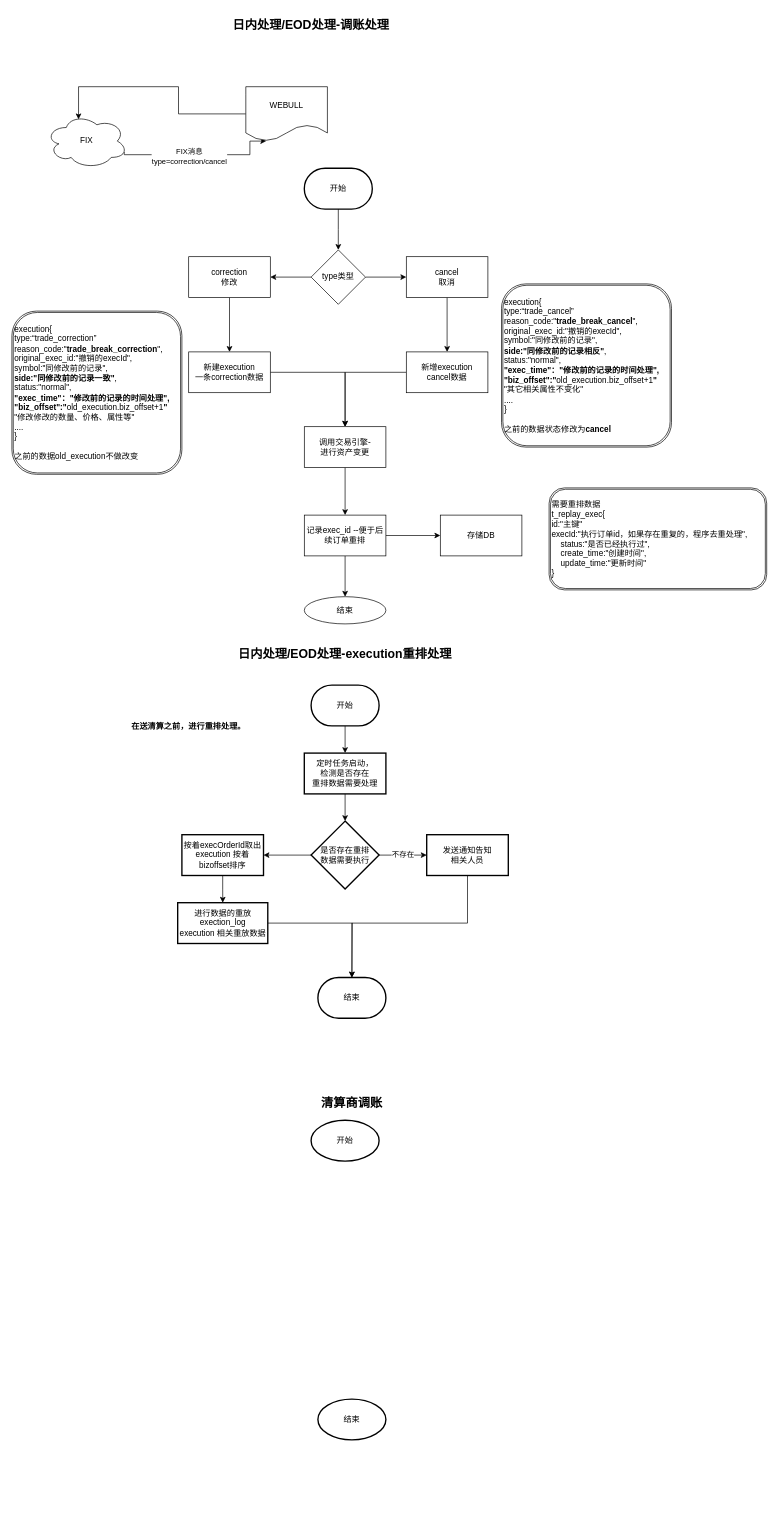
xinyanggit/draw_io keeps this draw.io diagram as 未命名绘图.drawio. Above is the earlier version. Source tidied: cells renumbered, new cells numbered last; positions are measured from the earlier drawing's top-left corner, leaving out a move shared by most shapes. Both pictures are drawn from the tidied source at 68%, with x=0, y=0 at pixel (12, 12).
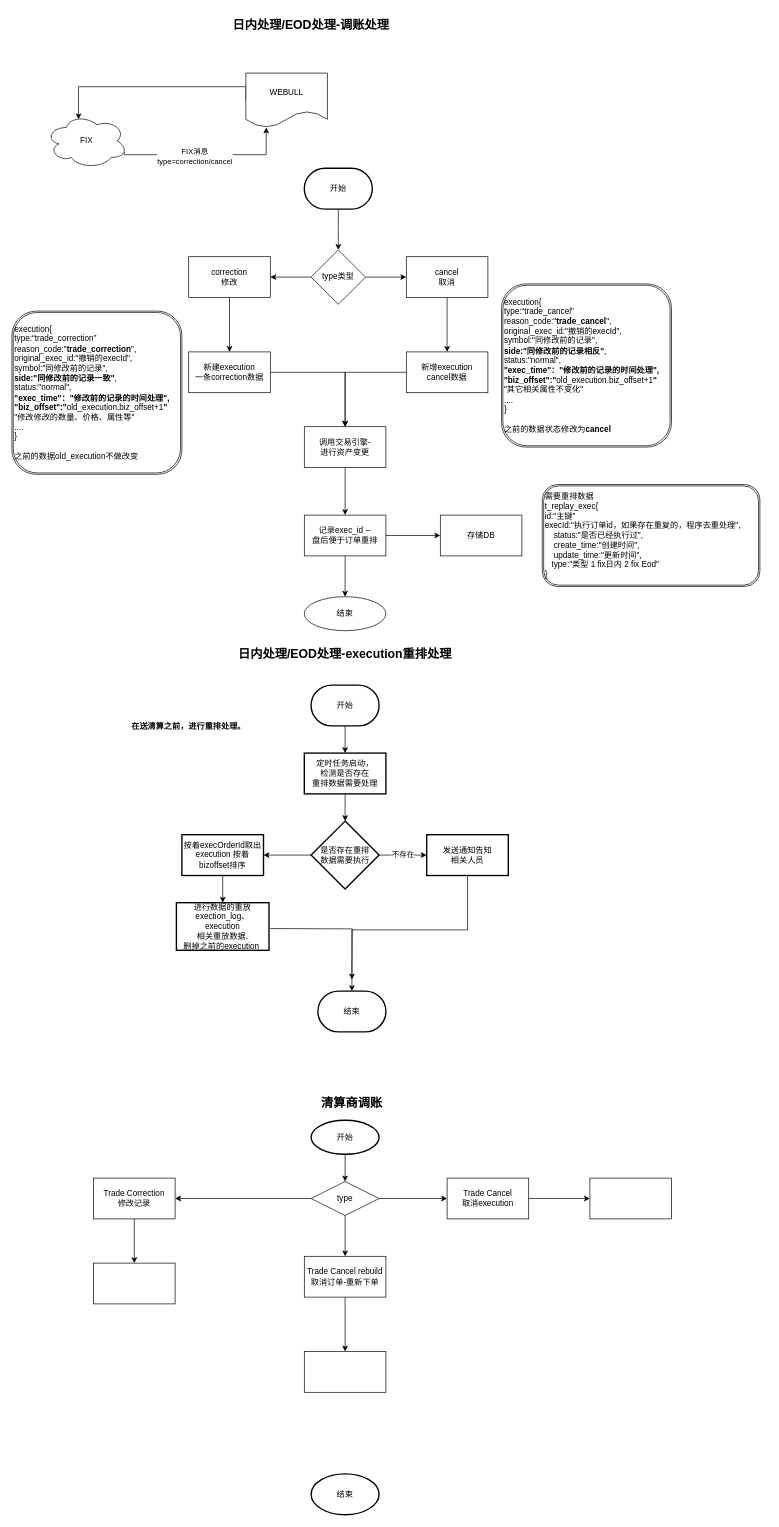
The same page after the edit.

Unchanged cells that the change refers to:
```xml
<mxCell id="5" value="FIX" style="ellipse;shape=cloud;whiteSpace=wrap;html=1;" parent="1" vertex="1">
  <mxGeometry x="50" y="150" width="120" height="80" as="geometry" />
</mxCell>
<mxCell id="42" value="发送通知告知&lt;br&gt;相关人员" style="whiteSpace=wrap;html=1;strokeWidth=2;" parent="1" vertex="1">
  <mxGeometry x="610" y="1210" width="120" height="60" as="geometry" />
</mxCell>
```

The edit, as a diff of the source:
```diff
@@
     <mxCell id="3" style="edgeStyle=orthogonalEdgeStyle;rounded=0;jettySize=auto;html=1;exitX=0.96;exitY=0.7;exitDx=0;exitDy=0;exitPerimeter=0;entryX=0.25;entryY=1;entryDx=0;entryDy=0;entryPerimeter=0;" parent="1" edge="1" source="5" target="7">
       <mxGeometry relative="1" as="geometry">
         <Array as="points">
           <mxPoint x="165" y="210" />
-          <mxPoint x="350" y="210" />
+          <mxPoint x="374" y="210" />
         </Array>
       </mxGeometry>
     </mxCell>
@@
     <mxCell id="6" style="edgeStyle=orthogonalEdgeStyle;rounded=0;jettySize=auto;html=1;exitX=0;exitY=0.5;exitDx=0;exitDy=0;entryX=0.4;entryY=0.1;entryDx=0;entryDy=0;entryPerimeter=0;" parent="1" edge="1" source="7" target="5">
       <mxGeometry relative="1" as="geometry">
         <Array as="points">
-          <mxPoint x="245" y="150" />
-          <mxPoint x="245" y="110" />
+          <mxPoint x="344" y="110" />
           <mxPoint x="98" y="110" />
         </Array>
       </mxGeometry>
     </mxCell>
     <mxCell id="7" value="WEBULL" style="shape=document;whiteSpace=wrap;html=1;boundedLbl=1;" parent="1" vertex="1">
-      <mxGeometry x="344" y="110" width="120" height="80" as="geometry" />
+      <mxGeometry x="344" y="90" width="120" height="80" as="geometry" />
     </mxCell>
@@
-    <mxCell id="19" value="&lt;div&gt;execution{&lt;/div&gt;&lt;div&gt;type:“trade_correction”&lt;/div&gt;&lt;div&gt;reason_code:&quot;&lt;b&gt;trade_break_correction&lt;/b&gt;&quot;,&lt;/div&gt;&lt;div&gt;original_exec_id:&quot;撤销的execId&quot;,&lt;/div&gt;&lt;div&gt;symbol:&quot;同修改前的记录&quot;,&lt;/div&gt;&lt;div&gt;&lt;b&gt;side:&quot;同修改前的记录一致&quot;&lt;/b&gt;,&lt;/div&gt;&lt;div&gt;status:&quot;normal&quot;,&lt;/div&gt;&lt;div&gt;&lt;b&gt;&quot;exec_time&quot;：&quot;修改前的记录的时间处理&quot;,&lt;/b&gt;&lt;/div&gt;&lt;div&gt;&lt;b&gt;&quot;biz_offset&quot;:&quot;&lt;/b&gt;old_execution.biz_offset+1&lt;b&gt;&quot;&lt;/b&gt;&lt;/div&gt;&lt;div&gt;&lt;span&gt;&quot;修改修改的数量、价格、属性等&quot;&lt;/span&gt;&lt;br&gt;&lt;/div&gt;&lt;div&gt;....&lt;/div&gt;&lt;div&gt;}&lt;/div&gt;&lt;div&gt;&lt;br&gt;&lt;/div&gt;&lt;div&gt;之前的数据old_execution不做改变&lt;/div&gt;" style="shape=ext;double=1;rounded=1;whiteSpace=wrap;html=1;align=left;" parent="1" vertex="1">
+    <mxCell id="19" value="&lt;div&gt;execution{&lt;/div&gt;&lt;div&gt;type:“trade_correction”&lt;/div&gt;&lt;div&gt;reason_code:&quot;&lt;b&gt;trade_correction&lt;/b&gt;&quot;,&lt;/div&gt;&lt;div&gt;original_exec_id:&quot;撤销的execId&quot;,&lt;/div&gt;&lt;div&gt;symbol:&quot;同修改前的记录&quot;,&lt;/div&gt;&lt;div&gt;&lt;b&gt;side:&quot;同修改前的记录一致&quot;&lt;/b&gt;,&lt;/div&gt;&lt;div&gt;status:&quot;normal&quot;,&lt;/div&gt;&lt;div&gt;&lt;b&gt;&quot;exec_time&quot;：&quot;修改前的记录的时间处理&quot;,&lt;/b&gt;&lt;/div&gt;&lt;div&gt;&lt;b&gt;&quot;biz_offset&quot;:&quot;&lt;/b&gt;old_execution.biz_offset+1&lt;b&gt;&quot;&lt;/b&gt;&lt;/div&gt;&lt;div&gt;&lt;span&gt;&quot;修改修改的数量、价格、属性等&quot;&lt;/span&gt;&lt;br&gt;&lt;/div&gt;&lt;div&gt;....&lt;/div&gt;&lt;div&gt;}&lt;/div&gt;&lt;div&gt;&lt;br&gt;&lt;/div&gt;&lt;div&gt;之前的数据old_execution不做改变&lt;/div&gt;" style="shape=ext;double=1;rounded=1;whiteSpace=wrap;html=1;align=left;" parent="1" vertex="1">
       <mxGeometry y="440" width="250" height="240" as="geometry" />
     </mxCell>
@@
-    <mxCell id="24" value="&lt;div&gt;execution{&lt;/div&gt;&lt;div&gt;type:“trade_cancel”&lt;/div&gt;&lt;div&gt;reason_code:&quot;&lt;b&gt;trade_break_cancel&lt;/b&gt;&quot;,&lt;/div&gt;&lt;div&gt;original_exec_id:&quot;撤销的execId&quot;,&lt;/div&gt;&lt;div&gt;symbol:&quot;同修改前的记录&quot;,&lt;/div&gt;&lt;div&gt;&lt;b&gt;side:&quot;同修改前的记录相反&quot;&lt;/b&gt;,&lt;/div&gt;&lt;div&gt;status:&quot;normal&quot;,&lt;/div&gt;&lt;div&gt;&lt;b&gt;&quot;exec_time&quot;：&quot;修改前的记录的时间处理&quot;,&lt;/b&gt;&lt;/div&gt;&lt;div&gt;&lt;div&gt;&lt;b&gt;&quot;biz_offset&quot;:&quot;&lt;/b&gt;old_execution.biz_offset+1&lt;b&gt;&quot;&lt;/b&gt;&lt;/div&gt;&lt;/div&gt;&lt;div&gt;&lt;span&gt;&quot;其它相关属性不变化&quot;&lt;/span&gt;&lt;br&gt;&lt;/div&gt;&lt;div&gt;....&lt;/div&gt;&lt;div&gt;}&lt;/div&gt;&lt;div&gt;&lt;br&gt;&lt;/div&gt;&lt;div&gt;之前的数据状态修改为&lt;b&gt;cancel&lt;/b&gt;&lt;/div&gt;" style="shape=ext;double=1;rounded=1;whiteSpace=wrap;html=1;align=left;" parent="1" vertex="1">
+    <mxCell id="24" value="&lt;div&gt;execution{&lt;/div&gt;&lt;div&gt;type:“trade_cancel”&lt;/div&gt;&lt;div&gt;reason_code:&quot;&lt;b&gt;trade_cancel&lt;/b&gt;&quot;,&lt;/div&gt;&lt;div&gt;original_exec_id:&quot;撤销的execId&quot;,&lt;/div&gt;&lt;div&gt;symbol:&quot;同修改前的记录&quot;,&lt;/div&gt;&lt;div&gt;&lt;b&gt;side:&quot;同修改前的记录相反&quot;&lt;/b&gt;,&lt;/div&gt;&lt;div&gt;status:&quot;normal&quot;,&lt;/div&gt;&lt;div&gt;&lt;b&gt;&quot;exec_time&quot;：&quot;修改前的记录的时间处理&quot;,&lt;/b&gt;&lt;/div&gt;&lt;div&gt;&lt;div&gt;&lt;b&gt;&quot;biz_offset&quot;:&quot;&lt;/b&gt;old_execution.biz_offset+1&lt;b&gt;&quot;&lt;/b&gt;&lt;/div&gt;&lt;/div&gt;&lt;div&gt;&lt;span&gt;&quot;其它相关属性不变化&quot;&lt;/span&gt;&lt;br&gt;&lt;/div&gt;&lt;div&gt;....&lt;/div&gt;&lt;div&gt;}&lt;/div&gt;&lt;div&gt;&lt;br&gt;&lt;/div&gt;&lt;div&gt;之前的数据状态修改为&lt;b&gt;cancel&lt;/b&gt;&lt;/div&gt;" style="shape=ext;double=1;rounded=1;whiteSpace=wrap;html=1;align=left;" parent="1" vertex="1">
       <mxGeometry x="720" y="400" width="250" height="240" as="geometry" />
     </mxCell>
@@
-    <mxCell id="27" value="记录exec_id --便于后续订单重排" style="whiteSpace=wrap;html=1;" parent="1" vertex="1">
+    <mxCell id="27" value="记录exec_id --&lt;br&gt;盘后便于订单重排" style="whiteSpace=wrap;html=1;" parent="1" vertex="1">
       <mxGeometry x="430" y="740" width="120" height="60" as="geometry" />
     </mxCell>
     <mxCell id="28" value="结束" style="ellipse;whiteSpace=wrap;html=1;" parent="1" vertex="1">
-      <mxGeometry x="430" y="860" width="120" height="40" as="geometry" />
+      <mxGeometry x="430" y="860" width="120" height="50" as="geometry" />
     </mxCell>
@@
-    <mxCell id="30" value="&lt;div&gt;需要重排数据&lt;/div&gt;&lt;div&gt;t_replay_exec{&lt;/div&gt;&lt;div&gt;&lt;span&gt; &lt;/span&gt;id:&quot;主键&quot;&lt;/div&gt;&lt;div&gt;&lt;span&gt; &lt;/span&gt;execId:&quot;执行订单id，如果存在重复的，程序去重处理&quot;,&lt;/div&gt;&lt;div&gt;&amp;nbsp; &amp;nbsp; status:&quot;是否已经执行过&quot;,&lt;/div&gt;&lt;div&gt;&amp;nbsp; &amp;nbsp; create_time:&quot;创建时间&quot;,&lt;/div&gt;&lt;div&gt;&amp;nbsp; &amp;nbsp; update_time:&quot;更新时间&quot;&lt;/div&gt;&lt;div&gt;}&lt;/div&gt;" style="shape=ext;double=1;rounded=1;whiteSpace=wrap;html=1;align=left;" parent="1" vertex="1">
-      <mxGeometry x="790" y="700" width="320" height="150" as="geometry" />
+    <mxCell id="30" value="&lt;div&gt;需要重排数据&lt;/div&gt;&lt;div&gt;t_replay_exec{&lt;/div&gt;&lt;div&gt;&lt;span&gt; &lt;/span&gt;id:&quot;主键&quot;&lt;/div&gt;&lt;div&gt;&lt;span&gt; &lt;/span&gt;execId:&quot;执行订单id，如果存在重复的，程序去重处理&quot;,&lt;/div&gt;&lt;div&gt;&amp;nbsp; &amp;nbsp; status:&quot;是否已经执行过&quot;,&lt;/div&gt;&lt;div&gt;&amp;nbsp; &amp;nbsp; create_time:&quot;创建时间&quot;,&lt;/div&gt;&lt;div&gt;&amp;nbsp; &amp;nbsp; update_time:&quot;更新时间&quot;,&lt;/div&gt;&lt;div&gt;&amp;nbsp; &amp;nbsp;type:&quot;类型 1 fix日内 2 fix Eod&quot;&lt;/div&gt;&lt;div&gt;}&lt;/div&gt;" style="shape=ext;double=1;rounded=1;whiteSpace=wrap;html=1;align=left;" parent="1" vertex="1">
+      <mxGeometry x="780" y="695" width="320" height="150" as="geometry" />
     </mxCell>
@@
     <mxCell id="34" value="结束" style="strokeWidth=2;html=1;shape=mxgraph.flowchart.terminator;whiteSpace=wrap;" parent="1" vertex="1">
-      <mxGeometry x="450" y="1420" width="100" height="60" as="geometry" />
+      <mxGeometry x="450" y="1440" width="100" height="60" as="geometry" />
     </mxCell>
@@
     <mxCell id="41" style="edgeStyle=orthogonalEdgeStyle;rounded=0;jettySize=auto;html=1;exitX=0.5;exitY=1;exitDx=0;exitDy=0;entryX=0.5;entryY=0;entryDx=0;entryDy=0;entryPerimeter=0;" parent="1" edge="1" source="42" target="34">
       <mxGeometry relative="1" as="geometry">
         <Array as="points">
-          <mxPoint x="670" y="1340" />
-          <mxPoint x="500" y="1340" />
+          <mxPoint x="670" y="1350" />
+          <mxPoint x="500" y="1350" />
         </Array>
       </mxGeometry>
     </mxCell>
@@
-    <mxCell id="45" style="edgeStyle=orthogonalEdgeStyle;rounded=0;jettySize=auto;html=1;exitX=1;exitY=0.5;exitDx=0;exitDy=0;" parent="1" edge="1" source="46">
+    <mxCell id="45" style="edgeStyle=orthogonalEdgeStyle;rounded=0;orthogonalLoop=1;jettySize=auto;html=1;exitX=1;exitY=0.5;exitDx=0;exitDy=0;" parent="1" edge="1">
       <mxGeometry relative="1" as="geometry">
-        <mxPoint x="500" y="1420" as="targetPoint" />
+        <mxPoint x="380" y="1348" as="sourcePoint" />
+        <mxPoint x="500" y="1423" as="targetPoint" />
       </mxGeometry>
     </mxCell>
-    <mxCell id="46" value="进行数据的重放&lt;br&gt;exection_log&lt;br&gt;execution 相关重放数据" style="whiteSpace=wrap;html=1;strokeWidth=2;" parent="1" vertex="1">
-      <mxGeometry x="243.8" y="1310" width="132.5" height="60" as="geometry" />
+    <mxCell id="46" value="进行数据的重放&lt;br&gt;exection_log、&lt;br&gt;execution &lt;br&gt;相关重放数据.&lt;br&gt;删掉之前的execution&amp;nbsp;" style="whiteSpace=wrap;html=1;strokeWidth=2;" parent="1" vertex="1">
+      <mxGeometry x="241.9" y="1310" width="136.2" height="70" as="geometry" />
     </mxCell>
@@
+    <mxCell id="50" style="edgeStyle=orthogonalEdgeStyle;rounded=0;jettySize=auto;html=1;exitX=0.5;exitY=1;exitDx=0;exitDy=0;exitPerimeter=0;" parent="1" edge="1" source="48" target="54">
+      <mxGeometry relative="1" as="geometry" />
+    </mxCell>
     <mxCell id="48" value="开始" style="strokeWidth=2;html=1;shape=mxgraph.flowchart.start_1;whiteSpace=wrap;" parent="1" vertex="1">
-      <mxGeometry x="440" y="1630" width="100" height="60" as="geometry" />
+      <mxGeometry x="440" y="1630" width="100" height="50" as="geometry" />
     </mxCell>
     <mxCell id="49" value="结束" style="strokeWidth=2;html=1;shape=mxgraph.flowchart.start_1;whiteSpace=wrap;" parent="1" vertex="1">
-      <mxGeometry x="450" y="2040" width="100" height="60" as="geometry" />
+      <mxGeometry x="440" y="2150" width="100" height="60" as="geometry" />
     </mxCell>
+    <mxCell id="51" style="edgeStyle=orthogonalEdgeStyle;rounded=0;jettySize=auto;html=1;" parent="1" edge="1" source="54" target="56">
+      <mxGeometry relative="1" as="geometry" />
+    </mxCell>
+    <mxCell id="52" style="edgeStyle=orthogonalEdgeStyle;rounded=0;jettySize=auto;html=1;" parent="1" edge="1" source="54" target="58">
+      <mxGeometry relative="1" as="geometry" />
+    </mxCell>
+    <mxCell id="53" style="edgeStyle=orthogonalEdgeStyle;rounded=0;jettySize=auto;html=1;" parent="1" edge="1" source="54" target="60">
+      <mxGeometry relative="1" as="geometry" />
+    </mxCell>
+    <mxCell id="54" value="type" style="rhombus;whiteSpace=wrap;html=1;" parent="1" vertex="1">
+      <mxGeometry x="440" y="1720" width="100" height="50" as="geometry" />
+    </mxCell>
+    <mxCell id="55" style="edgeStyle=orthogonalEdgeStyle;rounded=0;jettySize=auto;html=1;" parent="1" edge="1" source="56" target="62">
+      <mxGeometry relative="1" as="geometry" />
+    </mxCell>
+    <mxCell id="56" value="Trade Cancel&lt;br&gt;取消execution" style="whiteSpace=wrap;html=1;" parent="1" vertex="1">
+      <mxGeometry x="640" y="1715" width="120" height="60" as="geometry" />
+    </mxCell>
+    <mxCell id="57" style="edgeStyle=orthogonalEdgeStyle;rounded=0;jettySize=auto;html=1;" parent="1" edge="1" source="58" target="61">
+      <mxGeometry relative="1" as="geometry" />
+    </mxCell>
+    <mxCell id="58" value="Trade Correction&lt;br&gt;修改记录" style="whiteSpace=wrap;html=1;" parent="1" vertex="1">
+      <mxGeometry x="120" y="1715" width="120" height="60" as="geometry" />
+    </mxCell>
+    <mxCell id="59" style="edgeStyle=orthogonalEdgeStyle;rounded=0;jettySize=auto;html=1;" parent="1" edge="1" source="60" target="63">
+      <mxGeometry relative="1" as="geometry" />
+    </mxCell>
+    <mxCell id="60" value="Trade Cancel rebuild&lt;br&gt;取消订单-重新下单" style="whiteSpace=wrap;html=1;" parent="1" vertex="1">
+      <mxGeometry x="430" y="1830" width="120" height="60" as="geometry" />
+    </mxCell>
+    <mxCell id="61" style="whiteSpace=wrap;html=1;" parent="1" vertex="1">
+      <mxGeometry x="120" y="1840" width="120" height="60" as="geometry" />
+    </mxCell>
+    <mxCell id="62" style="whiteSpace=wrap;html=1;" parent="1" vertex="1">
+      <mxGeometry x="850" y="1715" width="120" height="60" as="geometry" />
+    </mxCell>
+    <mxCell id="63" style="whiteSpace=wrap;html=1;" parent="1" vertex="1">
+      <mxGeometry x="430" y="1970" width="120" height="60" as="geometry" />
+    </mxCell>
```
